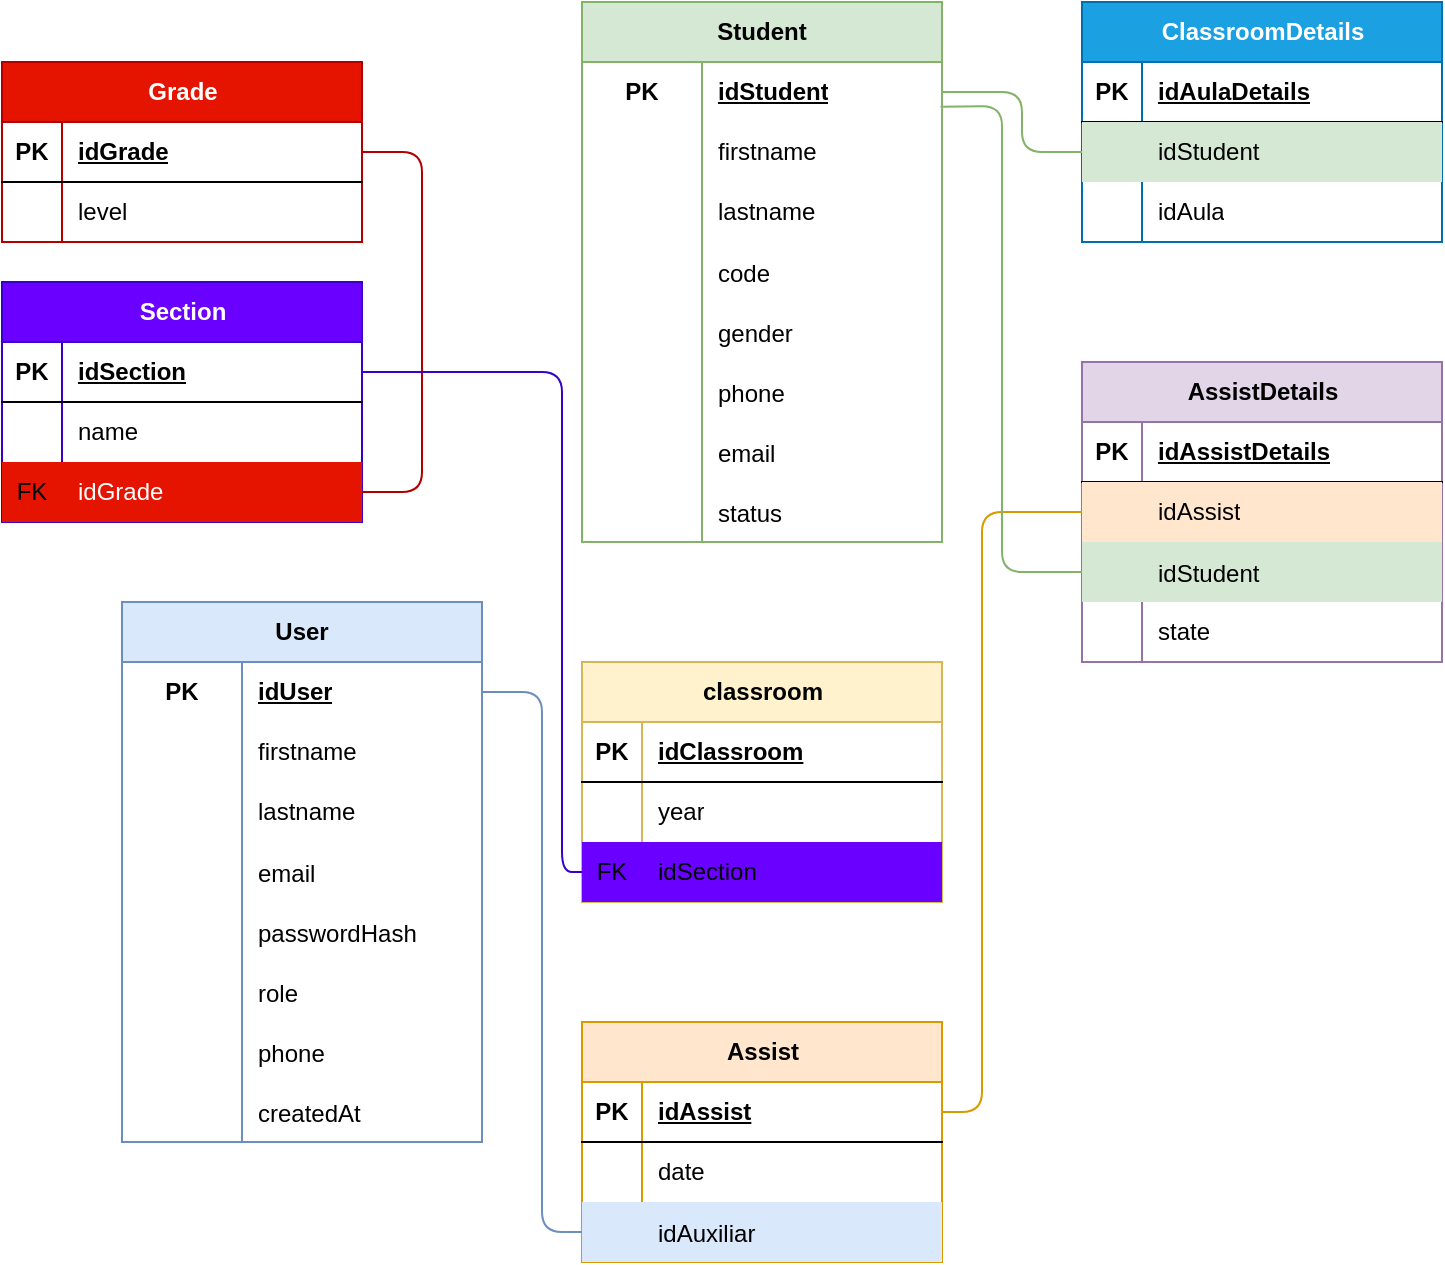
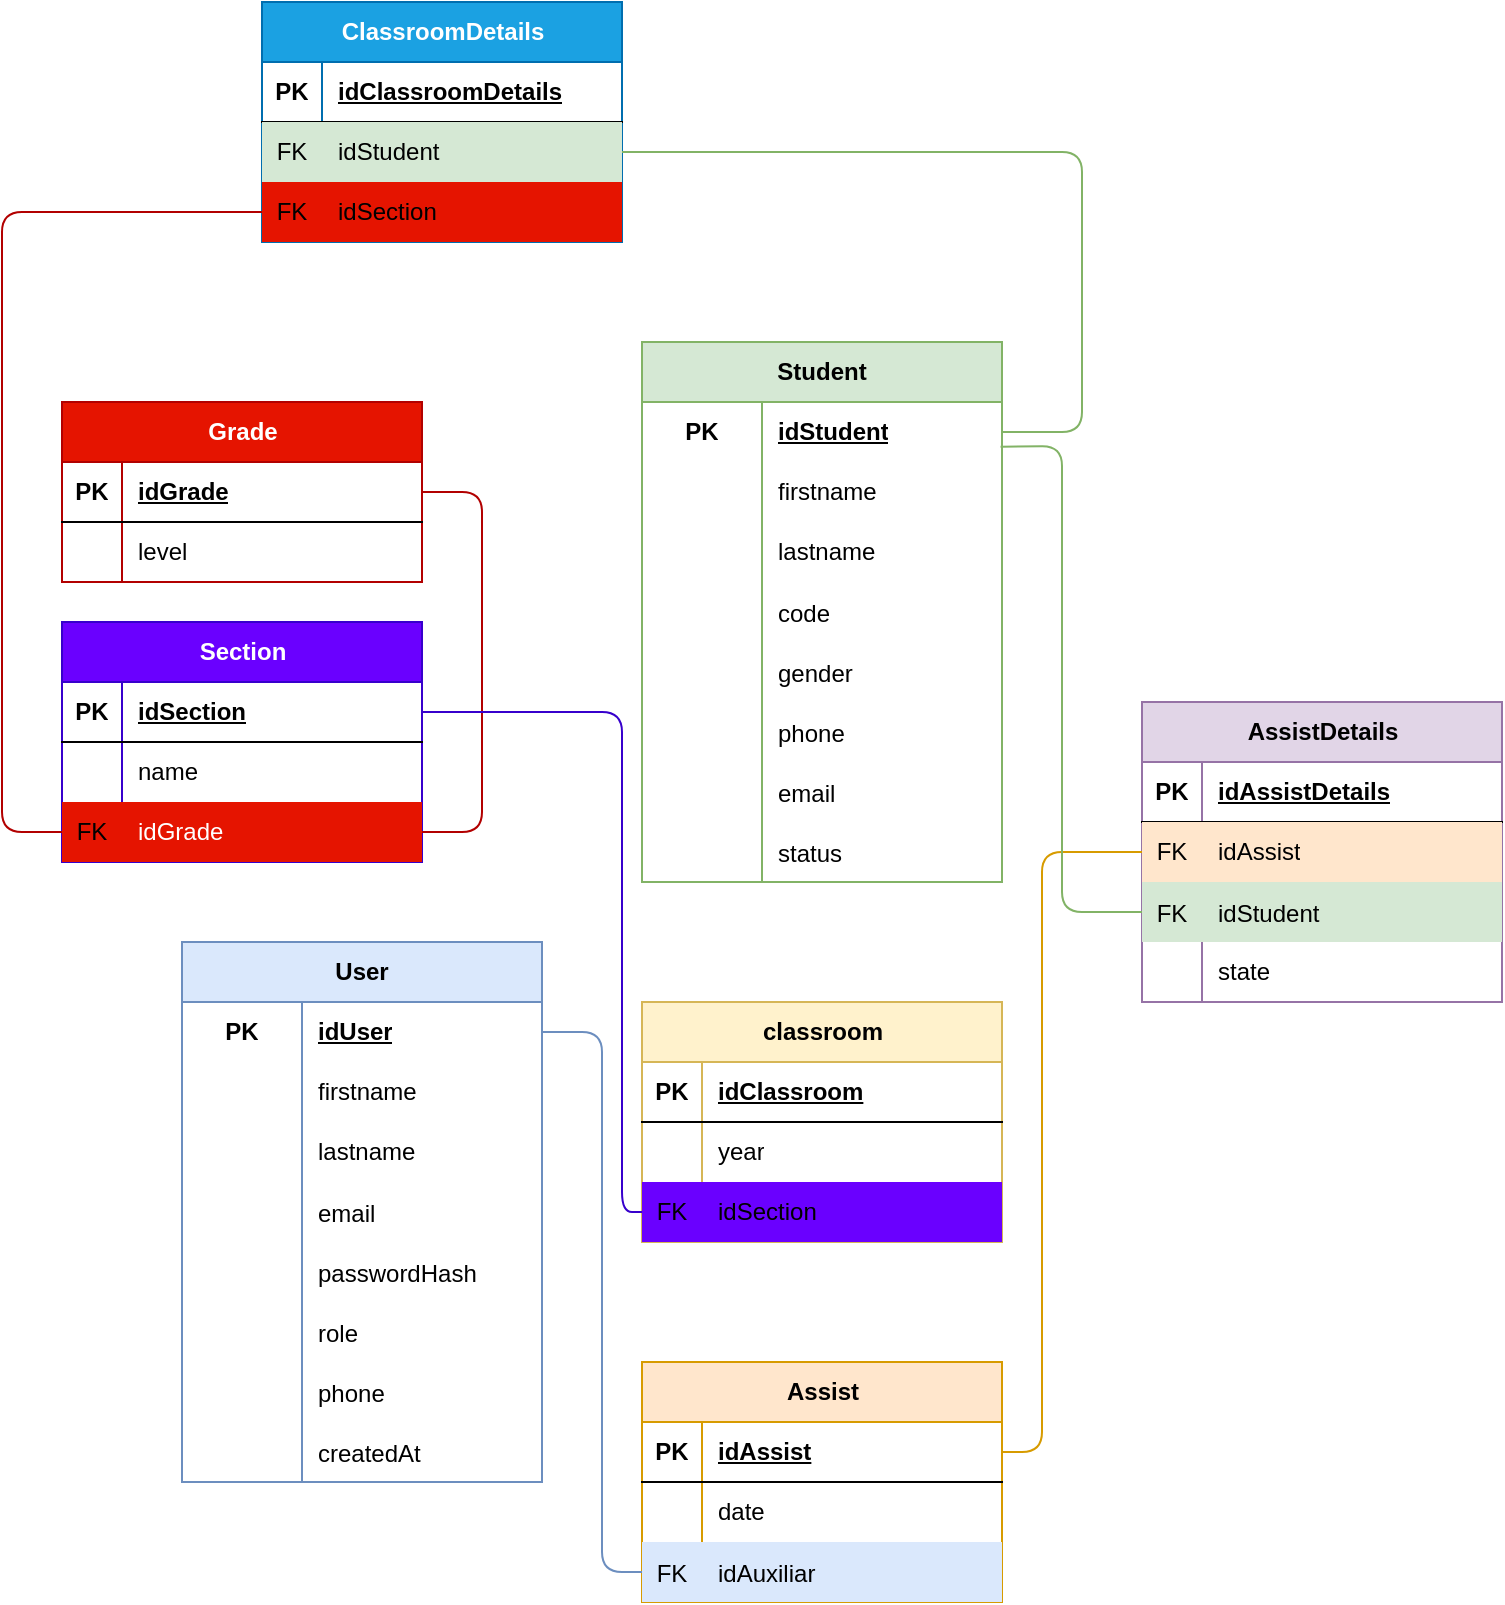
<mxfile host="65bd71144e">
    <diagram id="Q-HsFVU5apfVmzlziGbx" name="Página-1">
-         <mxGraphModel dx="1184" dy="702" grid="1" gridSize="10" guides="1" tooltips="1" connect="1" arrows="1" fold="1" page="1" pageScale="1" pageWidth="827" pageHeight="1169" math="0" shadow="0">
+         <mxGraphModel dx="1695" dy="515" grid="1" gridSize="10" guides="1" tooltips="1" connect="1" arrows="1" fold="1" page="1" pageScale="1" pageWidth="827" pageHeight="1169" math="0" shadow="0">
            <root>
                <mxCell id="0"/>
                <mxCell id="1" parent="0"/>
                <mxCell id="4" value="User" style="shape=table;startSize=30;container=1;collapsible=1;childLayout=tableLayout;fixedRows=1;rowLines=0;fontStyle=1;align=center;resizeLast=1;html=1;whiteSpace=wrap;fillColor=#dae8fc;strokeColor=#6c8ebf;" parent="1" vertex="1">
                    <mxGeometry x="70" y="480" width="180" height="270" as="geometry"/>
                </mxCell>
                <mxCell id="5" value="" style="shape=tableRow;horizontal=0;startSize=0;swimlaneHead=0;swimlaneBody=0;fillColor=none;collapsible=0;dropTarget=0;points=[[0,0.5],[1,0.5]];portConstraint=eastwest;top=0;left=0;right=0;bottom=0;html=1;" parent="4" vertex="1">
                    <mxGeometry y="30" width="180" height="30" as="geometry"/>
                </mxCell>
                <mxCell id="6" value="PK" style="shape=partialRectangle;connectable=0;fillColor=none;top=0;left=0;bottom=0;right=0;fontStyle=1;overflow=hidden;html=1;whiteSpace=wrap;" parent="5" vertex="1">
                    <mxGeometry width="60" height="30" as="geometry">
                        <mxRectangle width="60" height="30" as="alternateBounds"/>
                    </mxGeometry>
                </mxCell>
                <mxCell id="7" value="idUser" style="shape=partialRectangle;connectable=0;fillColor=none;top=0;left=0;bottom=0;right=0;align=left;spacingLeft=6;fontStyle=5;overflow=hidden;html=1;whiteSpace=wrap;" parent="5" vertex="1">
                    <mxGeometry x="60" width="120" height="30" as="geometry">
                        <mxRectangle width="120" height="30" as="alternateBounds"/>
                    </mxGeometry>
                </mxCell>
                <mxCell id="11" value="" style="shape=tableRow;horizontal=0;startSize=0;swimlaneHead=0;swimlaneBody=0;fillColor=none;collapsible=0;dropTarget=0;points=[[0,0.5],[1,0.5]];portConstraint=eastwest;top=0;left=0;right=0;bottom=0;html=1;" parent="4" vertex="1">
                    <mxGeometry y="60" width="180" height="30" as="geometry"/>
                </mxCell>
                <mxCell id="12" value="" style="shape=partialRectangle;connectable=0;fillColor=none;top=0;left=0;bottom=0;right=0;editable=1;overflow=hidden;html=1;whiteSpace=wrap;" parent="11" vertex="1">
                    <mxGeometry width="60" height="30" as="geometry">
                        <mxRectangle width="60" height="30" as="alternateBounds"/>
                    </mxGeometry>
                </mxCell>
                <mxCell id="13" value="firstname" style="shape=partialRectangle;connectable=0;fillColor=none;top=0;left=0;bottom=0;right=0;align=left;spacingLeft=6;overflow=hidden;html=1;whiteSpace=wrap;" parent="11" vertex="1">
                    <mxGeometry x="60" width="120" height="30" as="geometry">
                        <mxRectangle width="120" height="30" as="alternateBounds"/>
                    </mxGeometry>
                </mxCell>
                <mxCell id="14" value="" style="shape=tableRow;horizontal=0;startSize=0;swimlaneHead=0;swimlaneBody=0;fillColor=none;collapsible=0;dropTarget=0;points=[[0,0.5],[1,0.5]];portConstraint=eastwest;top=0;left=0;right=0;bottom=0;html=1;" parent="4" vertex="1">
                    <mxGeometry y="90" width="180" height="30" as="geometry"/>
                </mxCell>
                <mxCell id="15" value="" style="shape=partialRectangle;connectable=0;fillColor=none;top=0;left=0;bottom=0;right=0;editable=1;overflow=hidden;html=1;whiteSpace=wrap;" parent="14" vertex="1">
                    <mxGeometry width="60" height="30" as="geometry">
                        <mxRectangle width="60" height="30" as="alternateBounds"/>
                    </mxGeometry>
                </mxCell>
                <mxCell id="16" value="lastname" style="shape=partialRectangle;connectable=0;fillColor=none;top=0;left=0;bottom=0;right=0;align=left;spacingLeft=6;overflow=hidden;html=1;whiteSpace=wrap;" parent="14" vertex="1">
                    <mxGeometry x="60" width="120" height="30" as="geometry">
                        <mxRectangle width="120" height="30" as="alternateBounds"/>
                    </mxGeometry>
                </mxCell>
                <mxCell id="76" value="" style="shape=tableRow;horizontal=0;startSize=0;swimlaneHead=0;swimlaneBody=0;fillColor=none;collapsible=0;dropTarget=0;points=[[0,0.5],[1,0.5]];portConstraint=eastwest;top=0;left=0;right=0;bottom=0;" parent="4" vertex="1">
                    <mxGeometry y="120" width="180" height="30" as="geometry"/>
                </mxCell>
                <mxCell id="77" value="" style="shape=partialRectangle;connectable=0;fillColor=none;top=0;left=0;bottom=0;right=0;editable=1;overflow=hidden;" parent="76" vertex="1">
                    <mxGeometry width="60" height="30" as="geometry">
                        <mxRectangle width="60" height="30" as="alternateBounds"/>
                    </mxGeometry>
                </mxCell>
                <mxCell id="78" value="email" style="shape=partialRectangle;connectable=0;fillColor=none;top=0;left=0;bottom=0;right=0;align=left;spacingLeft=6;overflow=hidden;" parent="76" vertex="1">
                    <mxGeometry x="60" width="120" height="30" as="geometry">
                        <mxRectangle width="120" height="30" as="alternateBounds"/>
                    </mxGeometry>
                </mxCell>
                <mxCell id="79" value="" style="shape=tableRow;horizontal=0;startSize=0;swimlaneHead=0;swimlaneBody=0;fillColor=none;collapsible=0;dropTarget=0;points=[[0,0.5],[1,0.5]];portConstraint=eastwest;top=0;left=0;right=0;bottom=0;" parent="4" vertex="1">
                    <mxGeometry y="150" width="180" height="30" as="geometry"/>
                </mxCell>
                <mxCell id="80" value="" style="shape=partialRectangle;connectable=0;fillColor=none;top=0;left=0;bottom=0;right=0;editable=1;overflow=hidden;" parent="79" vertex="1">
                    <mxGeometry width="60" height="30" as="geometry">
                        <mxRectangle width="60" height="30" as="alternateBounds"/>
                    </mxGeometry>
                </mxCell>
                <mxCell id="81" value="passwordHash" style="shape=partialRectangle;connectable=0;fillColor=none;top=0;left=0;bottom=0;right=0;align=left;spacingLeft=6;overflow=hidden;" parent="79" vertex="1">
                    <mxGeometry x="60" width="120" height="30" as="geometry">
                        <mxRectangle width="120" height="30" as="alternateBounds"/>
                    </mxGeometry>
                </mxCell>
                <mxCell id="82" value="" style="shape=tableRow;horizontal=0;startSize=0;swimlaneHead=0;swimlaneBody=0;fillColor=none;collapsible=0;dropTarget=0;points=[[0,0.5],[1,0.5]];portConstraint=eastwest;top=0;left=0;right=0;bottom=0;" parent="4" vertex="1">
                    <mxGeometry y="180" width="180" height="30" as="geometry"/>
                </mxCell>
                <mxCell id="83" value="" style="shape=partialRectangle;connectable=0;fillColor=none;top=0;left=0;bottom=0;right=0;editable=1;overflow=hidden;" parent="82" vertex="1">
                    <mxGeometry width="60" height="30" as="geometry">
                        <mxRectangle width="60" height="30" as="alternateBounds"/>
                    </mxGeometry>
                </mxCell>
                <mxCell id="84" value="role" style="shape=partialRectangle;connectable=0;fillColor=none;top=0;left=0;bottom=0;right=0;align=left;spacingLeft=6;overflow=hidden;" parent="82" vertex="1">
                    <mxGeometry x="60" width="120" height="30" as="geometry">
                        <mxRectangle width="120" height="30" as="alternateBounds"/>
                    </mxGeometry>
                </mxCell>
                <mxCell id="249" value="" style="shape=tableRow;horizontal=0;startSize=0;swimlaneHead=0;swimlaneBody=0;fillColor=none;collapsible=0;dropTarget=0;points=[[0,0.5],[1,0.5]];portConstraint=eastwest;top=0;left=0;right=0;bottom=0;" parent="4" vertex="1">
                    <mxGeometry y="210" width="180" height="30" as="geometry"/>
                </mxCell>
                <mxCell id="250" value="" style="shape=partialRectangle;connectable=0;fillColor=none;top=0;left=0;bottom=0;right=0;editable=1;overflow=hidden;" parent="249" vertex="1">
                    <mxGeometry width="60" height="30" as="geometry">
                        <mxRectangle width="60" height="30" as="alternateBounds"/>
                    </mxGeometry>
                </mxCell>
                <mxCell id="251" value="phone" style="shape=partialRectangle;connectable=0;fillColor=none;top=0;left=0;bottom=0;right=0;align=left;spacingLeft=6;overflow=hidden;" parent="249" vertex="1">
                    <mxGeometry x="60" width="120" height="30" as="geometry">
                        <mxRectangle width="120" height="30" as="alternateBounds"/>
                    </mxGeometry>
                </mxCell>
                <mxCell id="85" value="" style="shape=tableRow;horizontal=0;startSize=0;swimlaneHead=0;swimlaneBody=0;fillColor=none;collapsible=0;dropTarget=0;points=[[0,0.5],[1,0.5]];portConstraint=eastwest;top=0;left=0;right=0;bottom=0;" parent="4" vertex="1">
                    <mxGeometry y="240" width="180" height="30" as="geometry"/>
                </mxCell>
                <mxCell id="86" value="" style="shape=partialRectangle;connectable=0;fillColor=none;top=0;left=0;bottom=0;right=0;editable=1;overflow=hidden;" parent="85" vertex="1">
                    <mxGeometry width="60" height="30" as="geometry">
                        <mxRectangle width="60" height="30" as="alternateBounds"/>
                    </mxGeometry>
                </mxCell>
                <mxCell id="87" value="createdAt" style="shape=partialRectangle;connectable=0;fillColor=none;top=0;left=0;bottom=0;right=0;align=left;spacingLeft=6;overflow=hidden;" parent="85" vertex="1">
                    <mxGeometry x="60" width="120" height="30" as="geometry">
                        <mxRectangle width="120" height="30" as="alternateBounds"/>
                    </mxGeometry>
                </mxCell>
                <mxCell id="17" value="Student" style="shape=table;startSize=30;container=1;collapsible=1;childLayout=tableLayout;fixedRows=1;rowLines=0;fontStyle=1;align=center;resizeLast=1;html=1;whiteSpace=wrap;fillColor=#d5e8d4;strokeColor=#82b366;" parent="1" vertex="1">
                    <mxGeometry x="300" y="180" width="180" height="270" as="geometry"/>
                </mxCell>
                <mxCell id="18" value="" style="shape=tableRow;horizontal=0;startSize=0;swimlaneHead=0;swimlaneBody=0;fillColor=none;collapsible=0;dropTarget=0;points=[[0,0.5],[1,0.5]];portConstraint=eastwest;top=0;left=0;right=0;bottom=0;html=1;" parent="17" vertex="1">
                    <mxGeometry y="30" width="180" height="30" as="geometry"/>
                </mxCell>
                <mxCell id="19" value="PK" style="shape=partialRectangle;connectable=0;fillColor=none;top=0;left=0;bottom=0;right=0;fontStyle=1;overflow=hidden;html=1;whiteSpace=wrap;" parent="18" vertex="1">
                    <mxGeometry width="60" height="30" as="geometry">
                        <mxRectangle width="60" height="30" as="alternateBounds"/>
                    </mxGeometry>
                </mxCell>
                <mxCell id="20" value="idStudent" style="shape=partialRectangle;connectable=0;fillColor=none;top=0;left=0;bottom=0;right=0;align=left;spacingLeft=6;fontStyle=5;overflow=hidden;html=1;whiteSpace=wrap;" parent="18" vertex="1">
                    <mxGeometry x="60" width="120" height="30" as="geometry">
                        <mxRectangle width="120" height="30" as="alternateBounds"/>
                    </mxGeometry>
                </mxCell>
                <mxCell id="21" value="" style="shape=tableRow;horizontal=0;startSize=0;swimlaneHead=0;swimlaneBody=0;fillColor=none;collapsible=0;dropTarget=0;points=[[0,0.5],[1,0.5]];portConstraint=eastwest;top=0;left=0;right=0;bottom=0;html=1;" parent="17" vertex="1">
                    <mxGeometry y="60" width="180" height="30" as="geometry"/>
                </mxCell>
                <mxCell id="22" value="" style="shape=partialRectangle;connectable=0;fillColor=none;top=0;left=0;bottom=0;right=0;editable=1;overflow=hidden;html=1;whiteSpace=wrap;" parent="21" vertex="1">
                    <mxGeometry width="60" height="30" as="geometry">
                        <mxRectangle width="60" height="30" as="alternateBounds"/>
                    </mxGeometry>
                </mxCell>
                <mxCell id="23" value="firstname" style="shape=partialRectangle;connectable=0;fillColor=none;top=0;left=0;bottom=0;right=0;align=left;spacingLeft=6;overflow=hidden;html=1;whiteSpace=wrap;" parent="21" vertex="1">
                    <mxGeometry x="60" width="120" height="30" as="geometry">
                        <mxRectangle width="120" height="30" as="alternateBounds"/>
                    </mxGeometry>
                </mxCell>
                <mxCell id="24" value="" style="shape=tableRow;horizontal=0;startSize=0;swimlaneHead=0;swimlaneBody=0;fillColor=none;collapsible=0;dropTarget=0;points=[[0,0.5],[1,0.5]];portConstraint=eastwest;top=0;left=0;right=0;bottom=0;html=1;" parent="17" vertex="1">
                    <mxGeometry y="90" width="180" height="30" as="geometry"/>
                </mxCell>
                <mxCell id="25" value="" style="shape=partialRectangle;connectable=0;fillColor=none;top=0;left=0;bottom=0;right=0;editable=1;overflow=hidden;html=1;whiteSpace=wrap;" parent="24" vertex="1">
                    <mxGeometry width="60" height="30" as="geometry">
                        <mxRectangle width="60" height="30" as="alternateBounds"/>
                    </mxGeometry>
                </mxCell>
                <mxCell id="26" value="lastname" style="shape=partialRectangle;connectable=0;fillColor=none;top=0;left=0;bottom=0;right=0;align=left;spacingLeft=6;overflow=hidden;html=1;whiteSpace=wrap;" parent="24" vertex="1">
                    <mxGeometry x="60" width="120" height="30" as="geometry">
                        <mxRectangle width="120" height="30" as="alternateBounds"/>
                    </mxGeometry>
                </mxCell>
                <mxCell id="91" value="" style="shape=tableRow;horizontal=0;startSize=0;swimlaneHead=0;swimlaneBody=0;fillColor=none;collapsible=0;dropTarget=0;points=[[0,0.5],[1,0.5]];portConstraint=eastwest;top=0;left=0;right=0;bottom=0;" parent="17" vertex="1">
                    <mxGeometry y="120" width="180" height="30" as="geometry"/>
                </mxCell>
                <mxCell id="92" value="" style="shape=partialRectangle;connectable=0;fillColor=none;top=0;left=0;bottom=0;right=0;editable=1;overflow=hidden;" parent="91" vertex="1">
                    <mxGeometry width="60" height="30" as="geometry">
                        <mxRectangle width="60" height="30" as="alternateBounds"/>
                    </mxGeometry>
                </mxCell>
                <mxCell id="93" value="code" style="shape=partialRectangle;connectable=0;fillColor=none;top=0;left=0;bottom=0;right=0;align=left;spacingLeft=6;overflow=hidden;" parent="91" vertex="1">
                    <mxGeometry x="60" width="120" height="30" as="geometry">
                        <mxRectangle width="120" height="30" as="alternateBounds"/>
                    </mxGeometry>
                </mxCell>
                <mxCell id="258" value="" style="shape=tableRow;horizontal=0;startSize=0;swimlaneHead=0;swimlaneBody=0;fillColor=none;collapsible=0;dropTarget=0;points=[[0,0.5],[1,0.5]];portConstraint=eastwest;top=0;left=0;right=0;bottom=0;" parent="17" vertex="1">
                    <mxGeometry y="150" width="180" height="30" as="geometry"/>
                </mxCell>
                <mxCell id="259" value="" style="shape=partialRectangle;connectable=0;fillColor=none;top=0;left=0;bottom=0;right=0;editable=1;overflow=hidden;" parent="258" vertex="1">
                    <mxGeometry width="60" height="30" as="geometry">
                        <mxRectangle width="60" height="30" as="alternateBounds"/>
                    </mxGeometry>
                </mxCell>
                <mxCell id="260" value="gender" style="shape=partialRectangle;connectable=0;fillColor=none;top=0;left=0;bottom=0;right=0;align=left;spacingLeft=6;overflow=hidden;" parent="258" vertex="1">
                    <mxGeometry x="60" width="120" height="30" as="geometry">
                        <mxRectangle width="120" height="30" as="alternateBounds"/>
                    </mxGeometry>
                </mxCell>
                <mxCell id="252" value="" style="shape=tableRow;horizontal=0;startSize=0;swimlaneHead=0;swimlaneBody=0;fillColor=none;collapsible=0;dropTarget=0;points=[[0,0.5],[1,0.5]];portConstraint=eastwest;top=0;left=0;right=0;bottom=0;" parent="17" vertex="1">
                    <mxGeometry y="180" width="180" height="30" as="geometry"/>
                </mxCell>
                <mxCell id="253" value="" style="shape=partialRectangle;connectable=0;fillColor=none;top=0;left=0;bottom=0;right=0;editable=1;overflow=hidden;" parent="252" vertex="1">
                    <mxGeometry width="60" height="30" as="geometry">
                        <mxRectangle width="60" height="30" as="alternateBounds"/>
                    </mxGeometry>
                </mxCell>
                <mxCell id="254" value="phone" style="shape=partialRectangle;connectable=0;fillColor=none;top=0;left=0;bottom=0;right=0;align=left;spacingLeft=6;overflow=hidden;" parent="252" vertex="1">
                    <mxGeometry x="60" width="120" height="30" as="geometry">
                        <mxRectangle width="120" height="30" as="alternateBounds"/>
                    </mxGeometry>
                </mxCell>
                <mxCell id="255" value="" style="shape=tableRow;horizontal=0;startSize=0;swimlaneHead=0;swimlaneBody=0;fillColor=none;collapsible=0;dropTarget=0;points=[[0,0.5],[1,0.5]];portConstraint=eastwest;top=0;left=0;right=0;bottom=0;" parent="17" vertex="1">
                    <mxGeometry y="210" width="180" height="30" as="geometry"/>
                </mxCell>
                <mxCell id="256" value="" style="shape=partialRectangle;connectable=0;fillColor=none;top=0;left=0;bottom=0;right=0;editable=1;overflow=hidden;" parent="255" vertex="1">
                    <mxGeometry width="60" height="30" as="geometry">
                        <mxRectangle width="60" height="30" as="alternateBounds"/>
                    </mxGeometry>
                </mxCell>
                <mxCell id="257" value="email" style="shape=partialRectangle;connectable=0;fillColor=none;top=0;left=0;bottom=0;right=0;align=left;spacingLeft=6;overflow=hidden;" parent="255" vertex="1">
                    <mxGeometry x="60" width="120" height="30" as="geometry">
                        <mxRectangle width="120" height="30" as="alternateBounds"/>
                    </mxGeometry>
                </mxCell>
                <mxCell id="88" value="" style="shape=tableRow;horizontal=0;startSize=0;swimlaneHead=0;swimlaneBody=0;fillColor=none;collapsible=0;dropTarget=0;points=[[0,0.5],[1,0.5]];portConstraint=eastwest;top=0;left=0;right=0;bottom=0;" parent="17" vertex="1">
                    <mxGeometry y="240" width="180" height="30" as="geometry"/>
                </mxCell>
                <mxCell id="89" value="" style="shape=partialRectangle;connectable=0;fillColor=none;top=0;left=0;bottom=0;right=0;editable=1;overflow=hidden;" parent="88" vertex="1">
                    <mxGeometry width="60" height="30" as="geometry">
                        <mxRectangle width="60" height="30" as="alternateBounds"/>
                    </mxGeometry>
                </mxCell>
                <mxCell id="90" value="status" style="shape=partialRectangle;connectable=0;fillColor=none;top=0;left=0;bottom=0;right=0;align=left;spacingLeft=6;overflow=hidden;" parent="88" vertex="1">
                    <mxGeometry x="60" width="120" height="30" as="geometry">
                        <mxRectangle width="120" height="30" as="alternateBounds"/>
                    </mxGeometry>
                </mxCell>
                <mxCell id="193" value="Grade" style="shape=table;startSize=30;container=1;collapsible=1;childLayout=tableLayout;fixedRows=1;rowLines=0;fontStyle=1;align=center;resizeLast=1;html=1;fillColor=#e51400;fontColor=#ffffff;strokeColor=#B20000;" parent="1" vertex="1">
                    <mxGeometry x="10" y="210" width="180" height="90" as="geometry"/>
                </mxCell>
                <mxCell id="194" value="" style="shape=tableRow;horizontal=0;startSize=0;swimlaneHead=0;swimlaneBody=0;fillColor=none;collapsible=0;dropTarget=0;points=[[0,0.5],[1,0.5]];portConstraint=eastwest;top=0;left=0;right=0;bottom=1;" parent="193" vertex="1">
                    <mxGeometry y="30" width="180" height="30" as="geometry"/>
                </mxCell>
                <mxCell id="195" value="PK" style="shape=partialRectangle;connectable=0;fillColor=none;top=0;left=0;bottom=0;right=0;fontStyle=1;overflow=hidden;whiteSpace=wrap;html=1;" parent="194" vertex="1">
                    <mxGeometry width="30" height="30" as="geometry">
                        <mxRectangle width="30" height="30" as="alternateBounds"/>
                    </mxGeometry>
                </mxCell>
                <mxCell id="196" value="idGrade" style="shape=partialRectangle;connectable=0;fillColor=none;top=0;left=0;bottom=0;right=0;align=left;spacingLeft=6;fontStyle=5;overflow=hidden;whiteSpace=wrap;html=1;" parent="194" vertex="1">
                    <mxGeometry x="30" width="150" height="30" as="geometry">
                        <mxRectangle width="150" height="30" as="alternateBounds"/>
                    </mxGeometry>
                </mxCell>
                <mxCell id="197" value="" style="shape=tableRow;horizontal=0;startSize=0;swimlaneHead=0;swimlaneBody=0;fillColor=none;collapsible=0;dropTarget=0;points=[[0,0.5],[1,0.5]];portConstraint=eastwest;top=0;left=0;right=0;bottom=0;" parent="193" vertex="1">
                    <mxGeometry y="60" width="180" height="30" as="geometry"/>
                </mxCell>
                <mxCell id="198" value="" style="shape=partialRectangle;connectable=0;fillColor=none;top=0;left=0;bottom=0;right=0;editable=1;overflow=hidden;whiteSpace=wrap;html=1;" parent="197" vertex="1">
                    <mxGeometry width="30" height="30" as="geometry">
                        <mxRectangle width="30" height="30" as="alternateBounds"/>
                    </mxGeometry>
                </mxCell>
                <mxCell id="199" value="level" style="shape=partialRectangle;connectable=0;fillColor=none;top=0;left=0;bottom=0;right=0;align=left;spacingLeft=6;overflow=hidden;whiteSpace=wrap;html=1;" parent="197" vertex="1">
                    <mxGeometry x="30" width="150" height="30" as="geometry">
                        <mxRectangle width="150" height="30" as="alternateBounds"/>
                    </mxGeometry>
                </mxCell>
                <mxCell id="206" value="Section" style="shape=table;startSize=30;container=1;collapsible=1;childLayout=tableLayout;fixedRows=1;rowLines=0;fontStyle=1;align=center;resizeLast=1;html=1;fillColor=#6a00ff;fontColor=#ffffff;strokeColor=#3700CC;" parent="1" vertex="1">
                    <mxGeometry x="10" y="320" width="180" height="120" as="geometry"/>
                </mxCell>
                <mxCell id="207" value="" style="shape=tableRow;horizontal=0;startSize=0;swimlaneHead=0;swimlaneBody=0;fillColor=none;collapsible=0;dropTarget=0;points=[[0,0.5],[1,0.5]];portConstraint=eastwest;top=0;left=0;right=0;bottom=1;" parent="206" vertex="1">
                    <mxGeometry y="30" width="180" height="30" as="geometry"/>
                </mxCell>
                <mxCell id="208" value="PK" style="shape=partialRectangle;connectable=0;fillColor=none;top=0;left=0;bottom=0;right=0;fontStyle=1;overflow=hidden;whiteSpace=wrap;html=1;" parent="207" vertex="1">
                    <mxGeometry width="30" height="30" as="geometry">
                        <mxRectangle width="30" height="30" as="alternateBounds"/>
                    </mxGeometry>
                </mxCell>
                <mxCell id="209" value="idSection" style="shape=partialRectangle;connectable=0;fillColor=none;top=0;left=0;bottom=0;right=0;align=left;spacingLeft=6;fontStyle=5;overflow=hidden;whiteSpace=wrap;html=1;" parent="207" vertex="1">
                    <mxGeometry x="30" width="150" height="30" as="geometry">
                        <mxRectangle width="150" height="30" as="alternateBounds"/>
                    </mxGeometry>
                </mxCell>
                <mxCell id="210" value="" style="shape=tableRow;horizontal=0;startSize=0;swimlaneHead=0;swimlaneBody=0;fillColor=none;collapsible=0;dropTarget=0;points=[[0,0.5],[1,0.5]];portConstraint=eastwest;top=0;left=0;right=0;bottom=0;" parent="206" vertex="1">
                    <mxGeometry y="60" width="180" height="30" as="geometry"/>
                </mxCell>
                <mxCell id="211" value="" style="shape=partialRectangle;connectable=0;fillColor=none;top=0;left=0;bottom=0;right=0;editable=1;overflow=hidden;whiteSpace=wrap;html=1;" parent="210" vertex="1">
                    <mxGeometry width="30" height="30" as="geometry">
                        <mxRectangle width="30" height="30" as="alternateBounds"/>
                    </mxGeometry>
                </mxCell>
                <mxCell id="212" value="name" style="shape=partialRectangle;connectable=0;fillColor=none;top=0;left=0;bottom=0;right=0;align=left;spacingLeft=6;overflow=hidden;whiteSpace=wrap;html=1;" parent="210" vertex="1">
                    <mxGeometry x="30" width="150" height="30" as="geometry">
                        <mxRectangle width="150" height="30" as="alternateBounds"/>
                    </mxGeometry>
                </mxCell>
                <mxCell id="230" value="" style="shape=tableRow;horizontal=0;startSize=0;swimlaneHead=0;swimlaneBody=0;fillColor=#e51400;collapsible=0;dropTarget=0;points=[[0,0.5],[1,0.5]];portConstraint=eastwest;top=0;left=0;right=0;bottom=0;fontColor=#ffffff;strokeColor=#B20000;" parent="206" vertex="1">
                    <mxGeometry y="90" width="180" height="30" as="geometry"/>
                </mxCell>
                <mxCell id="231" value="FK" style="shape=partialRectangle;connectable=0;fillColor=none;top=0;left=0;bottom=0;right=0;fontStyle=0;overflow=hidden;whiteSpace=wrap;html=1;" parent="230" vertex="1">
                    <mxGeometry width="30" height="30" as="geometry">
                        <mxRectangle width="30" height="30" as="alternateBounds"/>
                    </mxGeometry>
                </mxCell>
                <mxCell id="232" value="idGrade" style="shape=partialRectangle;connectable=0;fillColor=#e51400;top=0;left=0;bottom=0;right=0;align=left;spacingLeft=6;fontStyle=0;overflow=hidden;whiteSpace=wrap;html=1;fontColor=#ffffff;strokeColor=#B20000;" parent="230" vertex="1">
                    <mxGeometry x="30" width="150" height="30" as="geometry">
                        <mxRectangle width="150" height="30" as="alternateBounds"/>
                    </mxGeometry>
                </mxCell>
                <mxCell id="229" value="" style="endArrow=none;html=1;entryX=1;entryY=0.5;entryDx=0;entryDy=0;exitX=1;exitY=0.5;exitDx=0;exitDy=0;fillColor=#e51400;strokeColor=#B20000;" parent="1" source="230" target="194" edge="1">
                    <mxGeometry width="50" height="50" relative="1" as="geometry">
                        <mxPoint x="260" y="344" as="sourcePoint"/>
                        <mxPoint x="170" y="130" as="targetPoint"/>
                        <Array as="points">
                            <mxPoint x="220" y="425"/>
                            <mxPoint x="220" y="255"/>
                        </Array>
                    </mxGeometry>
                </mxCell>
                <mxCell id="261" value="classroom" style="shape=table;startSize=30;container=1;collapsible=1;childLayout=tableLayout;fixedRows=1;rowLines=0;fontStyle=1;align=center;resizeLast=1;html=1;fillColor=#fff2cc;strokeColor=#d6b656;" vertex="1" parent="1">
                    <mxGeometry x="300" y="510" width="180" height="120" as="geometry"/>
                </mxCell>
                <mxCell id="262" value="" style="shape=tableRow;horizontal=0;startSize=0;swimlaneHead=0;swimlaneBody=0;fillColor=none;collapsible=0;dropTarget=0;points=[[0,0.5],[1,0.5]];portConstraint=eastwest;top=0;left=0;right=0;bottom=1;" vertex="1" parent="261">
                    <mxGeometry y="30" width="180" height="30" as="geometry"/>
                </mxCell>
                <mxCell id="263" value="PK" style="shape=partialRectangle;connectable=0;fillColor=none;top=0;left=0;bottom=0;right=0;fontStyle=1;overflow=hidden;whiteSpace=wrap;html=1;" vertex="1" parent="262">
                    <mxGeometry width="30" height="30" as="geometry">
                        <mxRectangle width="30" height="30" as="alternateBounds"/>
                    </mxGeometry>
                </mxCell>
                <mxCell id="264" value="idClassroom" style="shape=partialRectangle;connectable=0;fillColor=none;top=0;left=0;bottom=0;right=0;align=left;spacingLeft=6;fontStyle=5;overflow=hidden;whiteSpace=wrap;html=1;" vertex="1" parent="262">
                    <mxGeometry x="30" width="150" height="30" as="geometry">
                        <mxRectangle width="150" height="30" as="alternateBounds"/>
                    </mxGeometry>
                </mxCell>
                <mxCell id="265" value="" style="shape=tableRow;horizontal=0;startSize=0;swimlaneHead=0;swimlaneBody=0;fillColor=none;collapsible=0;dropTarget=0;points=[[0,0.5],[1,0.5]];portConstraint=eastwest;top=0;left=0;right=0;bottom=0;" vertex="1" parent="261">
                    <mxGeometry y="60" width="180" height="30" as="geometry"/>
                </mxCell>
                <mxCell id="266" value="" style="shape=partialRectangle;connectable=0;fillColor=none;top=0;left=0;bottom=0;right=0;editable=1;overflow=hidden;whiteSpace=wrap;html=1;" vertex="1" parent="265">
                    <mxGeometry width="30" height="30" as="geometry">
                        <mxRectangle width="30" height="30" as="alternateBounds"/>
                    </mxGeometry>
                </mxCell>
                <mxCell id="267" value="year" style="shape=partialRectangle;connectable=0;fillColor=none;top=0;left=0;bottom=0;right=0;align=left;spacingLeft=6;overflow=hidden;whiteSpace=wrap;html=1;" vertex="1" parent="265">
                    <mxGeometry x="30" width="150" height="30" as="geometry">
                        <mxRectangle width="150" height="30" as="alternateBounds"/>
                    </mxGeometry>
                </mxCell>
                <mxCell id="268" value="" style="shape=tableRow;horizontal=0;startSize=0;swimlaneHead=0;swimlaneBody=0;fillColor=#6a00ff;collapsible=0;dropTarget=0;points=[[0,0.5],[1,0.5]];portConstraint=eastwest;top=0;left=0;right=0;bottom=0;fontColor=#ffffff;strokeColor=#3700CC;" vertex="1" parent="261">
                    <mxGeometry y="90" width="180" height="30" as="geometry"/>
                </mxCell>
                <mxCell id="269" value="FK" style="shape=partialRectangle;connectable=0;fillColor=none;top=0;left=0;bottom=0;right=0;editable=1;overflow=hidden;whiteSpace=wrap;html=1;" vertex="1" parent="268">
                    <mxGeometry width="30" height="30" as="geometry">
                        <mxRectangle width="30" height="30" as="alternateBounds"/>
                    </mxGeometry>
                </mxCell>
                <mxCell id="270" value="idSection" style="shape=partialRectangle;connectable=0;fillColor=none;top=0;left=0;bottom=0;right=0;align=left;spacingLeft=6;overflow=hidden;whiteSpace=wrap;html=1;" vertex="1" parent="268">
                    <mxGeometry x="30" width="150" height="30" as="geometry">
                        <mxRectangle width="150" height="30" as="alternateBounds"/>
                    </mxGeometry>
                </mxCell>
                <mxCell id="274" value="ClassroomDetails" style="shape=table;startSize=30;container=1;collapsible=1;childLayout=tableLayout;fixedRows=1;rowLines=0;fontStyle=1;align=center;resizeLast=1;html=1;fillColor=#1ba1e2;fontColor=#ffffff;strokeColor=#006EAF;" vertex="1" parent="1">
-                     <mxGeometry x="550" y="180" width="180" height="120" as="geometry"/>
+                     <mxGeometry x="110" y="10" width="180" height="120" as="geometry"/>
                </mxCell>
                <mxCell id="275" value="" style="shape=tableRow;horizontal=0;startSize=0;swimlaneHead=0;swimlaneBody=0;fillColor=none;collapsible=0;dropTarget=0;points=[[0,0.5],[1,0.5]];portConstraint=eastwest;top=0;left=0;right=0;bottom=1;" vertex="1" parent="274">
                    <mxGeometry y="30" width="180" height="30" as="geometry"/>
                </mxCell>
                <mxCell id="276" value="PK" style="shape=partialRectangle;connectable=0;fillColor=none;top=0;left=0;bottom=0;right=0;fontStyle=1;overflow=hidden;whiteSpace=wrap;html=1;" vertex="1" parent="275">
                    <mxGeometry width="30" height="30" as="geometry">
                        <mxRectangle width="30" height="30" as="alternateBounds"/>
                    </mxGeometry>
                </mxCell>
-                 <mxCell id="277" value="idAulaDetails" style="shape=partialRectangle;connectable=0;fillColor=none;top=0;left=0;bottom=0;right=0;align=left;spacingLeft=6;fontStyle=5;overflow=hidden;whiteSpace=wrap;html=1;" vertex="1" parent="275">
+                 <mxCell id="277" value="idClassroomDetails" style="shape=partialRectangle;connectable=0;fillColor=none;top=0;left=0;bottom=0;right=0;align=left;spacingLeft=6;fontStyle=5;overflow=hidden;whiteSpace=wrap;html=1;" vertex="1" parent="275">
                    <mxGeometry x="30" width="150" height="30" as="geometry">
                        <mxRectangle width="150" height="30" as="alternateBounds"/>
                    </mxGeometry>
                </mxCell>
                <mxCell id="278" value="" style="shape=tableRow;horizontal=0;startSize=0;swimlaneHead=0;swimlaneBody=0;fillColor=#d5e8d4;collapsible=0;dropTarget=0;points=[[0,0.5],[1,0.5]];portConstraint=eastwest;top=0;left=0;right=0;bottom=0;strokeColor=#82b366;" vertex="1" parent="274">
                    <mxGeometry y="60" width="180" height="30" as="geometry"/>
                </mxCell>
-                 <mxCell id="279" value="" style="shape=partialRectangle;connectable=0;fillColor=none;top=0;left=0;bottom=0;right=0;editable=1;overflow=hidden;whiteSpace=wrap;html=1;" vertex="1" parent="278">
+                 <mxCell id="279" value="FK" style="shape=partialRectangle;connectable=0;fillColor=none;top=0;left=0;bottom=0;right=0;editable=1;overflow=hidden;whiteSpace=wrap;html=1;" vertex="1" parent="278">
                    <mxGeometry width="30" height="30" as="geometry">
                        <mxRectangle width="30" height="30" as="alternateBounds"/>
                    </mxGeometry>
                </mxCell>
                <mxCell id="280" value="idStudent" style="shape=partialRectangle;connectable=0;fillColor=none;top=0;left=0;bottom=0;right=0;align=left;spacingLeft=6;overflow=hidden;whiteSpace=wrap;html=1;" vertex="1" parent="278">
                    <mxGeometry x="30" width="150" height="30" as="geometry">
                        <mxRectangle width="150" height="30" as="alternateBounds"/>
                    </mxGeometry>
                </mxCell>
-                 <mxCell id="281" value="" style="shape=tableRow;horizontal=0;startSize=0;swimlaneHead=0;swimlaneBody=0;fillColor=none;collapsible=0;dropTarget=0;points=[[0,0.5],[1,0.5]];portConstraint=eastwest;top=0;left=0;right=0;bottom=0;" vertex="1" parent="274">
-                     <mxGeometry y="90" width="180" height="30" as="geometry"/>
-                 </mxCell>
-                 <mxCell id="282" value="" style="shape=partialRectangle;connectable=0;fillColor=none;top=0;left=0;bottom=0;right=0;editable=1;overflow=hidden;whiteSpace=wrap;html=1;" vertex="1" parent="281">
-                     <mxGeometry width="30" height="30" as="geometry">
-                         <mxRectangle width="30" height="30" as="alternateBounds"/>
-                     </mxGeometry>
-                 </mxCell>
-                 <mxCell id="283" value="idAula" style="shape=partialRectangle;connectable=0;fillColor=none;top=0;left=0;bottom=0;right=0;align=left;spacingLeft=6;overflow=hidden;whiteSpace=wrap;html=1;" vertex="1" parent="281">
+                 <mxCell id="281" value="" style="shape=tableRow;horizontal=0;startSize=0;swimlaneHead=0;swimlaneBody=0;fillColor=#e51400;collapsible=0;dropTarget=0;points=[[0,0.5],[1,0.5]];portConstraint=eastwest;top=0;left=0;right=0;bottom=0;strokeColor=#B20000;fontColor=#ffffff;" vertex="1" parent="274">
+                     <mxGeometry y="90" width="180" height="30" as="geometry"/>
+                 </mxCell>
+                 <mxCell id="282" value="FK" style="shape=partialRectangle;connectable=0;fillColor=none;top=0;left=0;bottom=0;right=0;editable=1;overflow=hidden;whiteSpace=wrap;html=1;" vertex="1" parent="281">
+                     <mxGeometry width="30" height="30" as="geometry">
+                         <mxRectangle width="30" height="30" as="alternateBounds"/>
+                     </mxGeometry>
+                 </mxCell>
+                 <mxCell id="283" value="idSection" style="shape=partialRectangle;connectable=0;fillColor=none;top=0;left=0;bottom=0;right=0;align=left;spacingLeft=6;overflow=hidden;whiteSpace=wrap;html=1;" vertex="1" parent="281">
                    <mxGeometry x="30" width="150" height="30" as="geometry">
                        <mxRectangle width="150" height="30" as="alternateBounds"/>
                    </mxGeometry>
                </mxCell>
                <mxCell id="284" value="Assist" style="shape=table;startSize=30;container=1;collapsible=1;childLayout=tableLayout;fixedRows=1;rowLines=0;fontStyle=1;align=center;resizeLast=1;html=1;fillColor=#ffe6cc;strokeColor=#d79b00;" vertex="1" parent="1">
                    <mxGeometry x="300" y="690" width="180" height="120" as="geometry"/>
                </mxCell>
                <mxCell id="285" value="" style="shape=tableRow;horizontal=0;startSize=0;swimlaneHead=0;swimlaneBody=0;fillColor=none;collapsible=0;dropTarget=0;points=[[0,0.5],[1,0.5]];portConstraint=eastwest;top=0;left=0;right=0;bottom=1;" vertex="1" parent="284">
                    <mxGeometry y="30" width="180" height="30" as="geometry"/>
                </mxCell>
                <mxCell id="286" value="PK" style="shape=partialRectangle;connectable=0;fillColor=none;top=0;left=0;bottom=0;right=0;fontStyle=1;overflow=hidden;whiteSpace=wrap;html=1;" vertex="1" parent="285">
                    <mxGeometry width="30" height="30" as="geometry">
                        <mxRectangle width="30" height="30" as="alternateBounds"/>
                    </mxGeometry>
                </mxCell>
                <mxCell id="287" value="idAssist" style="shape=partialRectangle;connectable=0;fillColor=none;top=0;left=0;bottom=0;right=0;align=left;spacingLeft=6;fontStyle=5;overflow=hidden;whiteSpace=wrap;html=1;" vertex="1" parent="285">
                    <mxGeometry x="30" width="150" height="30" as="geometry">
                        <mxRectangle width="150" height="30" as="alternateBounds"/>
                    </mxGeometry>
                </mxCell>
                <mxCell id="288" value="" style="shape=tableRow;horizontal=0;startSize=0;swimlaneHead=0;swimlaneBody=0;fillColor=none;collapsible=0;dropTarget=0;points=[[0,0.5],[1,0.5]];portConstraint=eastwest;top=0;left=0;right=0;bottom=0;" vertex="1" parent="284">
                    <mxGeometry y="60" width="180" height="30" as="geometry"/>
                </mxCell>
                <mxCell id="289" value="" style="shape=partialRectangle;connectable=0;fillColor=none;top=0;left=0;bottom=0;right=0;editable=1;overflow=hidden;whiteSpace=wrap;html=1;" vertex="1" parent="288">
                    <mxGeometry width="30" height="30" as="geometry">
                        <mxRectangle width="30" height="30" as="alternateBounds"/>
                    </mxGeometry>
                </mxCell>
                <mxCell id="290" value="date" style="shape=partialRectangle;connectable=0;fillColor=none;top=0;left=0;bottom=0;right=0;align=left;spacingLeft=6;overflow=hidden;whiteSpace=wrap;html=1;" vertex="1" parent="288">
                    <mxGeometry x="30" width="150" height="30" as="geometry">
                        <mxRectangle width="150" height="30" as="alternateBounds"/>
                    </mxGeometry>
                </mxCell>
                <mxCell id="311" value="" style="shape=tableRow;horizontal=0;startSize=0;swimlaneHead=0;swimlaneBody=0;fillColor=#dae8fc;collapsible=0;dropTarget=0;points=[[0,0.5],[1,0.5]];portConstraint=eastwest;top=0;left=0;right=0;bottom=0;strokeColor=#6c8ebf;" vertex="1" parent="284">
                    <mxGeometry y="90" width="180" height="30" as="geometry"/>
                </mxCell>
-                 <mxCell id="312" value="" style="shape=partialRectangle;connectable=0;fillColor=none;top=0;left=0;bottom=0;right=0;editable=1;overflow=hidden;" vertex="1" parent="311">
+                 <mxCell id="312" value="FK" style="shape=partialRectangle;connectable=0;fillColor=none;top=0;left=0;bottom=0;right=0;editable=1;overflow=hidden;" vertex="1" parent="311">
                    <mxGeometry width="30" height="30" as="geometry">
                        <mxRectangle width="30" height="30" as="alternateBounds"/>
                    </mxGeometry>
                </mxCell>
                <mxCell id="313" value="idAuxiliar" style="shape=partialRectangle;connectable=0;fillColor=none;top=0;left=0;bottom=0;right=0;align=left;spacingLeft=6;overflow=hidden;" vertex="1" parent="311">
                    <mxGeometry x="30" width="150" height="30" as="geometry">
                        <mxRectangle width="150" height="30" as="alternateBounds"/>
                    </mxGeometry>
                </mxCell>
                <mxCell id="294" value="AssistDetails" style="shape=table;startSize=30;container=1;collapsible=1;childLayout=tableLayout;fixedRows=1;rowLines=0;fontStyle=1;align=center;resizeLast=1;html=1;fillColor=#e1d5e7;strokeColor=#9673a6;" vertex="1" parent="1">
                    <mxGeometry x="550" y="360" width="180" height="150" as="geometry"/>
                </mxCell>
                <mxCell id="295" value="" style="shape=tableRow;horizontal=0;startSize=0;swimlaneHead=0;swimlaneBody=0;fillColor=none;collapsible=0;dropTarget=0;points=[[0,0.5],[1,0.5]];portConstraint=eastwest;top=0;left=0;right=0;bottom=1;" vertex="1" parent="294">
                    <mxGeometry y="30" width="180" height="30" as="geometry"/>
                </mxCell>
                <mxCell id="296" value="PK" style="shape=partialRectangle;connectable=0;fillColor=none;top=0;left=0;bottom=0;right=0;fontStyle=1;overflow=hidden;whiteSpace=wrap;html=1;" vertex="1" parent="295">
                    <mxGeometry width="30" height="30" as="geometry">
                        <mxRectangle width="30" height="30" as="alternateBounds"/>
                    </mxGeometry>
                </mxCell>
                <mxCell id="297" value="idAssistDetails" style="shape=partialRectangle;connectable=0;fillColor=none;top=0;left=0;bottom=0;right=0;align=left;spacingLeft=6;fontStyle=5;overflow=hidden;whiteSpace=wrap;html=1;" vertex="1" parent="295">
                    <mxGeometry x="30" width="150" height="30" as="geometry">
                        <mxRectangle width="150" height="30" as="alternateBounds"/>
                    </mxGeometry>
                </mxCell>
                <mxCell id="298" value="" style="shape=tableRow;horizontal=0;startSize=0;swimlaneHead=0;swimlaneBody=0;fillColor=#ffe6cc;collapsible=0;dropTarget=0;points=[[0,0.5],[1,0.5]];portConstraint=eastwest;top=0;left=0;right=0;bottom=0;strokeColor=#d79b00;" vertex="1" parent="294">
                    <mxGeometry y="60" width="180" height="30" as="geometry"/>
                </mxCell>
-                 <mxCell id="299" value="" style="shape=partialRectangle;connectable=0;fillColor=none;top=0;left=0;bottom=0;right=0;editable=1;overflow=hidden;whiteSpace=wrap;html=1;" vertex="1" parent="298">
+                 <mxCell id="299" value="FK" style="shape=partialRectangle;connectable=0;fillColor=none;top=0;left=0;bottom=0;right=0;editable=1;overflow=hidden;whiteSpace=wrap;html=1;" vertex="1" parent="298">
                    <mxGeometry width="30" height="30" as="geometry">
                        <mxRectangle width="30" height="30" as="alternateBounds"/>
                    </mxGeometry>
                </mxCell>
                <mxCell id="300" value="idAssist" style="shape=partialRectangle;connectable=0;fillColor=none;top=0;left=0;bottom=0;right=0;align=left;spacingLeft=6;overflow=hidden;whiteSpace=wrap;html=1;" vertex="1" parent="298">
                    <mxGeometry x="30" width="150" height="30" as="geometry">
                        <mxRectangle width="150" height="30" as="alternateBounds"/>
                    </mxGeometry>
                </mxCell>
                <mxCell id="301" value="" style="shape=tableRow;horizontal=0;startSize=0;swimlaneHead=0;swimlaneBody=0;fillColor=#d5e8d4;collapsible=0;dropTarget=0;points=[[0,0.5],[1,0.5]];portConstraint=eastwest;top=0;left=0;right=0;bottom=0;strokeColor=#82b366;" vertex="1" parent="294">
                    <mxGeometry y="90" width="180" height="30" as="geometry"/>
                </mxCell>
-                 <mxCell id="302" value="" style="shape=partialRectangle;connectable=0;fillColor=none;top=0;left=0;bottom=0;right=0;editable=1;overflow=hidden;" vertex="1" parent="301">
+                 <mxCell id="302" value="FK" style="shape=partialRectangle;connectable=0;fillColor=none;top=0;left=0;bottom=0;right=0;editable=1;overflow=hidden;" vertex="1" parent="301">
                    <mxGeometry width="30" height="30" as="geometry">
                        <mxRectangle width="30" height="30" as="alternateBounds"/>
                    </mxGeometry>
                </mxCell>
                <mxCell id="303" value="idStudent" style="shape=partialRectangle;connectable=0;fillColor=none;top=0;left=0;bottom=0;right=0;align=left;spacingLeft=6;overflow=hidden;" vertex="1" parent="301">
                    <mxGeometry x="30" width="150" height="30" as="geometry">
                        <mxRectangle width="150" height="30" as="alternateBounds"/>
                    </mxGeometry>
                </mxCell>
                <mxCell id="307" value="" style="shape=tableRow;horizontal=0;startSize=0;swimlaneHead=0;swimlaneBody=0;fillColor=none;collapsible=0;dropTarget=0;points=[[0,0.5],[1,0.5]];portConstraint=eastwest;top=0;left=0;right=0;bottom=0;" vertex="1" parent="294">
                    <mxGeometry y="120" width="180" height="30" as="geometry"/>
                </mxCell>
                <mxCell id="308" value="" style="shape=partialRectangle;connectable=0;fillColor=none;top=0;left=0;bottom=0;right=0;editable=1;overflow=hidden;" vertex="1" parent="307">
                    <mxGeometry width="30" height="30" as="geometry">
                        <mxRectangle width="30" height="30" as="alternateBounds"/>
                    </mxGeometry>
                </mxCell>
                <mxCell id="309" value="state" style="shape=partialRectangle;connectable=0;fillColor=none;top=0;left=0;bottom=0;right=0;align=left;spacingLeft=6;overflow=hidden;html=1;" vertex="1" parent="307">
                    <mxGeometry x="30" width="150" height="30" as="geometry">
                        <mxRectangle width="150" height="30" as="alternateBounds"/>
                    </mxGeometry>
                </mxCell>
                <mxCell id="314" value="" style="endArrow=none;html=1;entryX=1;entryY=0.5;entryDx=0;entryDy=0;exitX=0;exitY=0.5;exitDx=0;exitDy=0;fillColor=#6a00ff;strokeColor=#3700CC;" edge="1" parent="1" source="268" target="207">
                    <mxGeometry width="50" height="50" relative="1" as="geometry">
                        <mxPoint x="370" y="520" as="sourcePoint"/>
                        <mxPoint x="420" y="470" as="targetPoint"/>
                        <Array as="points">
                            <mxPoint x="290" y="615"/>
                            <mxPoint x="290" y="365"/>
                        </Array>
                    </mxGeometry>
                </mxCell>
-                 <mxCell id="315" value="" style="endArrow=none;html=1;entryX=0;entryY=0.5;entryDx=0;entryDy=0;exitX=1;exitY=0.5;exitDx=0;exitDy=0;fillColor=#d5e8d4;strokeColor=#82b366;" edge="1" parent="1" source="18" target="278">
+                 <mxCell id="315" value="" style="endArrow=none;html=1;entryX=1;entryY=0.5;entryDx=0;entryDy=0;exitX=1;exitY=0.5;exitDx=0;exitDy=0;fillColor=#d5e8d4;strokeColor=#82b366;" edge="1" parent="1" source="18" target="278">
                    <mxGeometry width="50" height="50" relative="1" as="geometry">
                        <mxPoint x="550" y="610" as="sourcePoint"/>
                        <mxPoint x="480" y="510" as="targetPoint"/>
                        <Array as="points">
                            <mxPoint x="520" y="225"/>
-                             <mxPoint x="520" y="255"/>
+                             <mxPoint x="520" y="85"/>
                        </Array>
                    </mxGeometry>
                </mxCell>
                <mxCell id="317" value="" style="endArrow=none;html=1;exitX=0;exitY=0.5;exitDx=0;exitDy=0;entryX=1;entryY=0.5;entryDx=0;entryDy=0;fillColor=#dae8fc;strokeColor=#6c8ebf;" edge="1" parent="1" source="311" target="5">
                    <mxGeometry width="50" height="50" relative="1" as="geometry">
                        <mxPoint x="250" y="700" as="sourcePoint"/>
                        <mxPoint x="270" y="560" as="targetPoint"/>
                        <Array as="points">
                            <mxPoint x="280" y="795"/>
                            <mxPoint x="280" y="525"/>
                        </Array>
                    </mxGeometry>
                </mxCell>
                <mxCell id="318" value="" style="endArrow=none;html=1;entryX=0;entryY=0.5;entryDx=0;entryDy=0;exitX=1;exitY=0.5;exitDx=0;exitDy=0;fillColor=#ffe6cc;strokeColor=#d79b00;" edge="1" parent="1" source="285" target="298">
                    <mxGeometry width="50" height="50" relative="1" as="geometry">
                        <mxPoint x="550" y="620" as="sourcePoint"/>
                        <mxPoint x="600" y="570" as="targetPoint"/>
                        <Array as="points">
                            <mxPoint x="500" y="735"/>
                            <mxPoint x="500" y="435"/>
                        </Array>
                    </mxGeometry>
                </mxCell>
                <mxCell id="319" value="" style="endArrow=none;html=1;entryX=0;entryY=0.5;entryDx=0;entryDy=0;exitX=0.996;exitY=0.745;exitDx=0;exitDy=0;fillColor=#d5e8d4;strokeColor=#82b366;exitPerimeter=0;" edge="1" parent="1" source="18" target="301">
                    <mxGeometry width="50" height="50" relative="1" as="geometry">
                        <mxPoint x="490" y="235" as="sourcePoint"/>
                        <mxPoint x="560" y="265" as="targetPoint"/>
                        <Array as="points">
                            <mxPoint x="510" y="232"/>
                            <mxPoint x="510" y="465"/>
+                         </Array>
+                     </mxGeometry>
+                 </mxCell>
+                 <mxCell id="320" value="" style="endArrow=none;html=1;entryX=0;entryY=0.5;entryDx=0;entryDy=0;exitX=0;exitY=0.5;exitDx=0;exitDy=0;fillColor=#e51400;strokeColor=#B20000;" edge="1" parent="1" source="230" target="281">
+                     <mxGeometry width="50" height="50" relative="1" as="geometry">
+                         <mxPoint x="-50" y="400" as="sourcePoint"/>
+                         <mxPoint x="-50" y="230" as="targetPoint"/>
+                         <Array as="points">
+                             <mxPoint x="-20" y="425"/>
+                             <mxPoint x="-20" y="115"/>
                        </Array>
                    </mxGeometry>
                </mxCell>
            </root>
        </mxGraphModel>
    </diagram>
</mxfile>